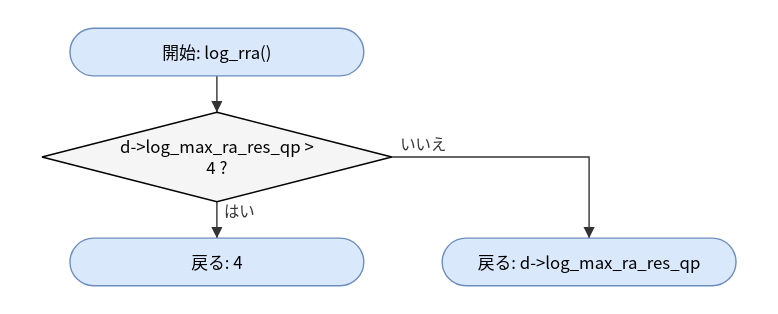
Earlier version of the draw.io export doc/spec/images/flow_src_mlx5_qp-log_rra.drawio.svg (hf355051012-ai/bfmem). Source tidied: cells renumbered, new cells last; positions are measured from the earlier drawing's top-left corner, leaving out a move shared by most shapes. Source of this version:
```xml
<mxGraphModel>
  <root>
    <mxCell id="0" />
    <mxCell id="1" parent="0" />
    <mxCell id="2" value="開始: log_rra()" style="rounded=1;arcSize=50;whiteSpace=wrap;html=1;fillColor=#dae8fc;strokeColor=#6c8ebf;" parent="1" vertex="1">
      <mxGeometry x="20" width="210" height="34" as="geometry" />
    </mxCell>
    <mxCell id="3" value="d-&amp;gt;log_max_ra_res_qp &amp;gt;&lt;br&gt;4 ?" style="rhombus;whiteSpace=wrap;html=1;fillColor=#f5f5f5;" parent="1" vertex="1">
      <mxGeometry y="60" width="250" height="64" as="geometry" />
    </mxCell>
    <mxCell id="4" value="戻る: 4" style="rounded=1;arcSize=50;whiteSpace=wrap;html=1;fillColor=#dae8fc;strokeColor=#6c8ebf;" parent="1" vertex="1">
      <mxGeometry x="20" y="150" width="210" height="34" as="geometry" />
    </mxCell>
    <mxCell id="5" value="戻る: d-&amp;gt;log_max_ra_res_qp" style="rounded=1;arcSize=50;whiteSpace=wrap;html=1;fillColor=#dae8fc;strokeColor=#6c8ebf;" parent="1" vertex="1">
      <mxGeometry x="286" y="150" width="210" height="34" as="geometry" />
    </mxCell>
    <mxCell id="6" style="edgeStyle=none;html=1;rounded=0;endArrow=block;endFill=1;exitX=0.5000;exitY=1.0000;exitDx=0;exitDy=0;exitPerimeter=0;entryX=0.5000;entryY=0.0000;entryDx=0;entryDy=0;entryPerimeter=0;" parent="1" edge="1" source="2" target="3">
      <mxGeometry relative="1" as="geometry" />
    </mxCell>
    <mxCell id="7" value="はい" style="edgeStyle=none;html=1;rounded=0;endArrow=block;endFill=1;exitX=0.5000;exitY=1.0000;exitDx=0;exitDy=0;exitPerimeter=0;entryX=0.5000;entryY=0.0000;entryDx=0;entryDy=0;entryPerimeter=0;" parent="1" edge="1" source="3" target="4">
      <mxGeometry relative="1" as="geometry" />
    </mxCell>
    <mxCell id="8" value="いいえ" style="edgeStyle=none;html=1;rounded=0;endArrow=block;endFill=1;exitX=1.0000;exitY=0.5000;exitDx=0;exitDy=0;exitPerimeter=0;entryX=0.5000;entryY=0.0000;entryDx=0;entryDy=0;entryPerimeter=0;" parent="1" edge="1" source="3" target="5">
      <mxGeometry relative="1" as="geometry">
        <Array as="points">
          <mxPoint x="391" y="92" />
        </Array>
      </mxGeometry>
    </mxCell>
  </root>
</mxGraphModel>
```
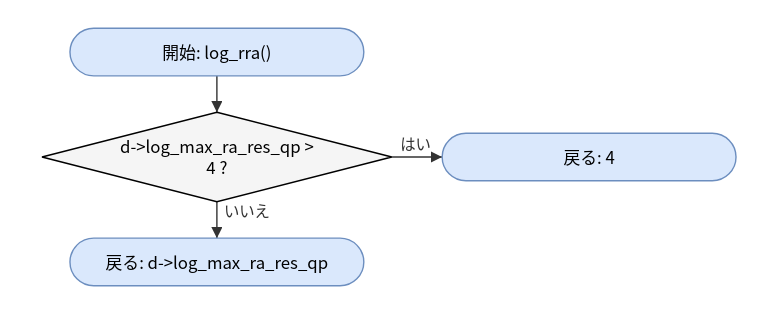
After the change.

Diff of the diagram source:
```diff
@@ -9,23 +9,19 @@
       <mxGeometry y="60" width="250" height="64" as="geometry" />
     </mxCell>
     <mxCell id="4" value="戻る: 4" style="rounded=1;arcSize=50;whiteSpace=wrap;html=1;fillColor=#dae8fc;strokeColor=#6c8ebf;" parent="1" vertex="1">
-      <mxGeometry x="20" y="150" width="210" height="34" as="geometry" />
+      <mxGeometry x="286" y="75" width="210" height="34" as="geometry" />
     </mxCell>
     <mxCell id="5" value="戻る: d-&amp;gt;log_max_ra_res_qp" style="rounded=1;arcSize=50;whiteSpace=wrap;html=1;fillColor=#dae8fc;strokeColor=#6c8ebf;" parent="1" vertex="1">
-      <mxGeometry x="286" y="150" width="210" height="34" as="geometry" />
+      <mxGeometry x="20" y="150" width="210" height="34" as="geometry" />
     </mxCell>
     <mxCell id="6" style="edgeStyle=none;html=1;rounded=0;endArrow=block;endFill=1;exitX=0.5000;exitY=1.0000;exitDx=0;exitDy=0;exitPerimeter=0;entryX=0.5000;entryY=0.0000;entryDx=0;entryDy=0;entryPerimeter=0;" parent="1" edge="1" source="2" target="3">
       <mxGeometry relative="1" as="geometry" />
     </mxCell>
-    <mxCell id="7" value="はい" style="edgeStyle=none;html=1;rounded=0;endArrow=block;endFill=1;exitX=0.5000;exitY=1.0000;exitDx=0;exitDy=0;exitPerimeter=0;entryX=0.5000;entryY=0.0000;entryDx=0;entryDy=0;entryPerimeter=0;" parent="1" edge="1" source="3" target="4">
+    <mxCell id="7" value="はい" style="edgeStyle=none;html=1;rounded=0;endArrow=block;endFill=1;exitX=1.0000;exitY=0.5000;exitDx=0;exitDy=0;exitPerimeter=0;entryX=0.0000;entryY=0.5000;entryDx=0;entryDy=0;entryPerimeter=0;" parent="1" edge="1" source="3" target="4">
       <mxGeometry relative="1" as="geometry" />
     </mxCell>
-    <mxCell id="8" value="いいえ" style="edgeStyle=none;html=1;rounded=0;endArrow=block;endFill=1;exitX=1.0000;exitY=0.5000;exitDx=0;exitDy=0;exitPerimeter=0;entryX=0.5000;entryY=0.0000;entryDx=0;entryDy=0;entryPerimeter=0;" parent="1" edge="1" source="3" target="5">
-      <mxGeometry relative="1" as="geometry">
-        <Array as="points">
-          <mxPoint x="391" y="92" />
-        </Array>
-      </mxGeometry>
+    <mxCell id="8" value="いいえ" style="edgeStyle=none;html=1;rounded=0;endArrow=block;endFill=1;exitX=0.5000;exitY=1.0000;exitDx=0;exitDy=0;exitPerimeter=0;entryX=0.5000;entryY=0.0000;entryDx=0;entryDy=0;entryPerimeter=0;" parent="1" edge="1" source="3" target="5">
+      <mxGeometry relative="1" as="geometry" />
     </mxCell>
   </root>
 </mxGraphModel>
```
